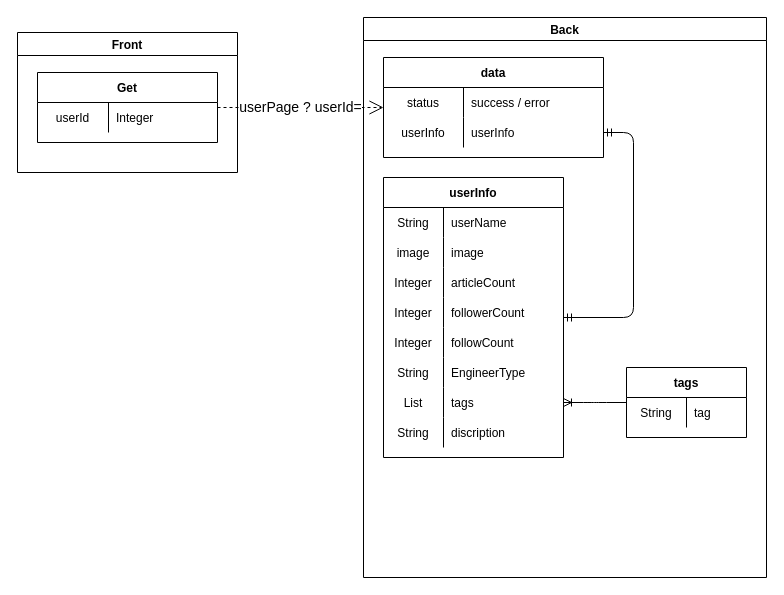
This is page "マイページ表示" (4 of 16) of Designs/基本設計.drawio from yusuke-rakus/Qiish, a draw.io file, before an edit. Source tidied: cells renumbered, new cells numbered last; positions are measured from the earlier drawing's top-left corner, leaving out a move shared by most shapes. Both pictures are drawn from the tidied source at 100%, with x=0, y=0 at pixel (17, 17).
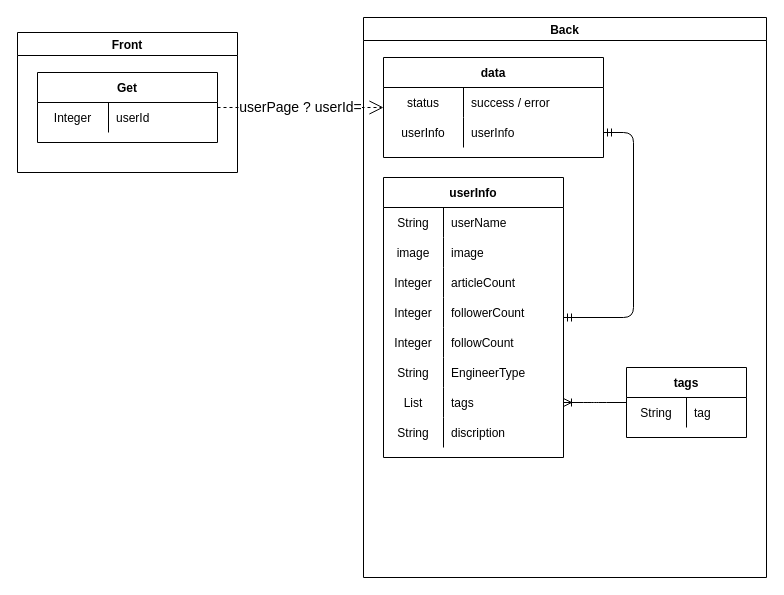
The same page after the edit.

Unchanged cells that the change refers to:
```xml
<mxCell id="4" style="shape=partialRectangle;fillColor=none;top=0;left=0;bottom=0;right=0;" parent="3" vertex="1">
  <mxGeometry y="30" width="180" height="30" as="geometry" />
</mxCell>
```

The edit, as a diff of the source:
```diff
@@
-    <mxCell id="5" value="userId" style="shape=partialRectangle;fillColor=none;top=0;left=0;bottom=0;right=0;overflow=hidden;" parent="4" vertex="1">
+    <mxCell id="5" value="Integer" style="shape=partialRectangle;fillColor=none;top=0;left=0;bottom=0;right=0;overflow=hidden;" parent="4" vertex="1">
       <mxGeometry width="71" height="30" as="geometry" />
     </mxCell>
-    <mxCell id="6" value="Integer" style="shape=partialRectangle;fillColor=none;top=0;left=0;bottom=0;right=0;align=left;spacingLeft=6;overflow=hidden;" parent="4" vertex="1">
+    <mxCell id="6" value="userId" style="shape=partialRectangle;fillColor=none;top=0;left=0;bottom=0;right=0;align=left;spacingLeft=6;overflow=hidden;" parent="4" vertex="1">
       <mxGeometry x="71" width="109" height="30" as="geometry" />
     </mxCell>
```
